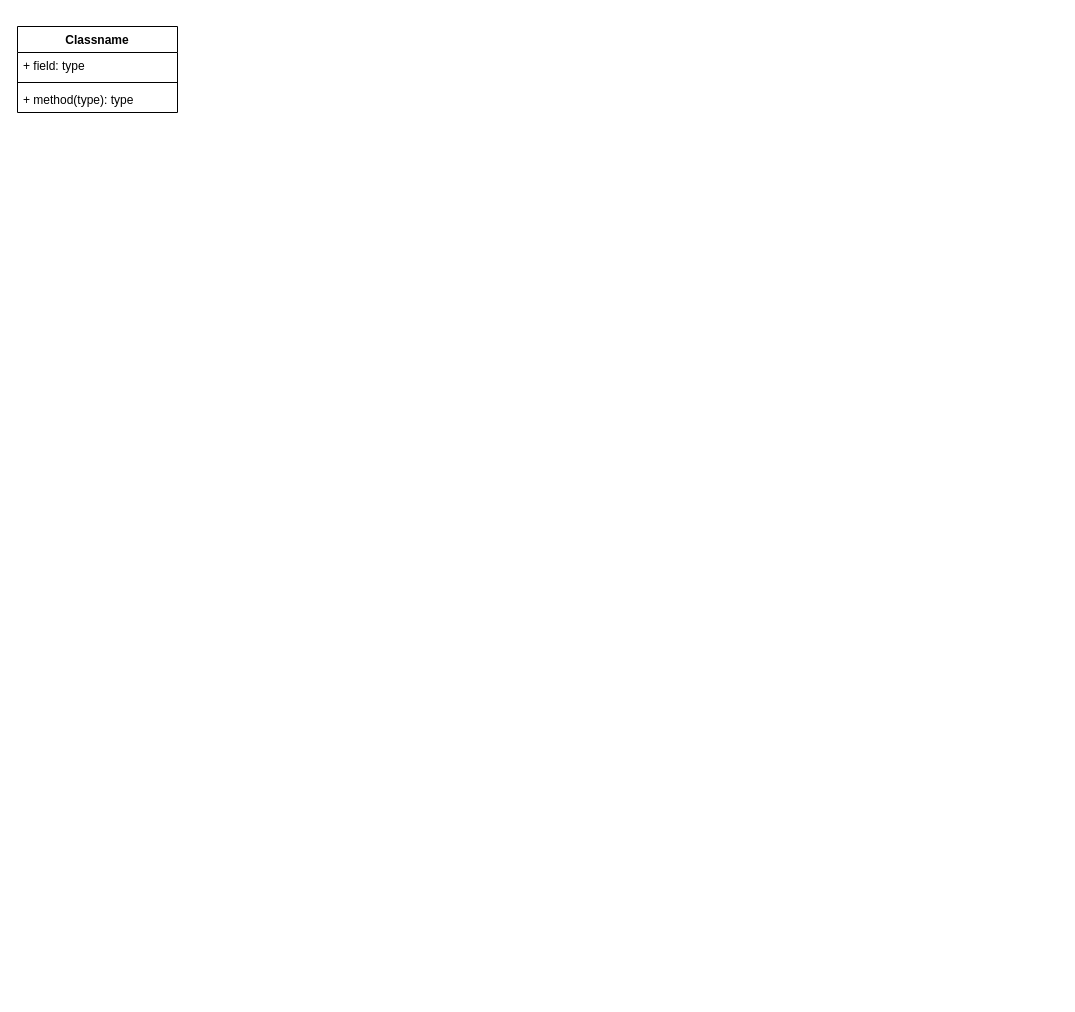
Before: page "Class Heirarchy" (2 of 2) of doc/BeaglePy.drawio in krone-git/beaglepy, a draw.io diagram. Source tidied: cells renumbered, new cells numbered last; positions are measured from the earlier drawing's top-left corner, leaving out a move shared by most shapes. Both pictures are drawn from the tidied source at 100%, with x=0, y=0 at pixel (17, 26).
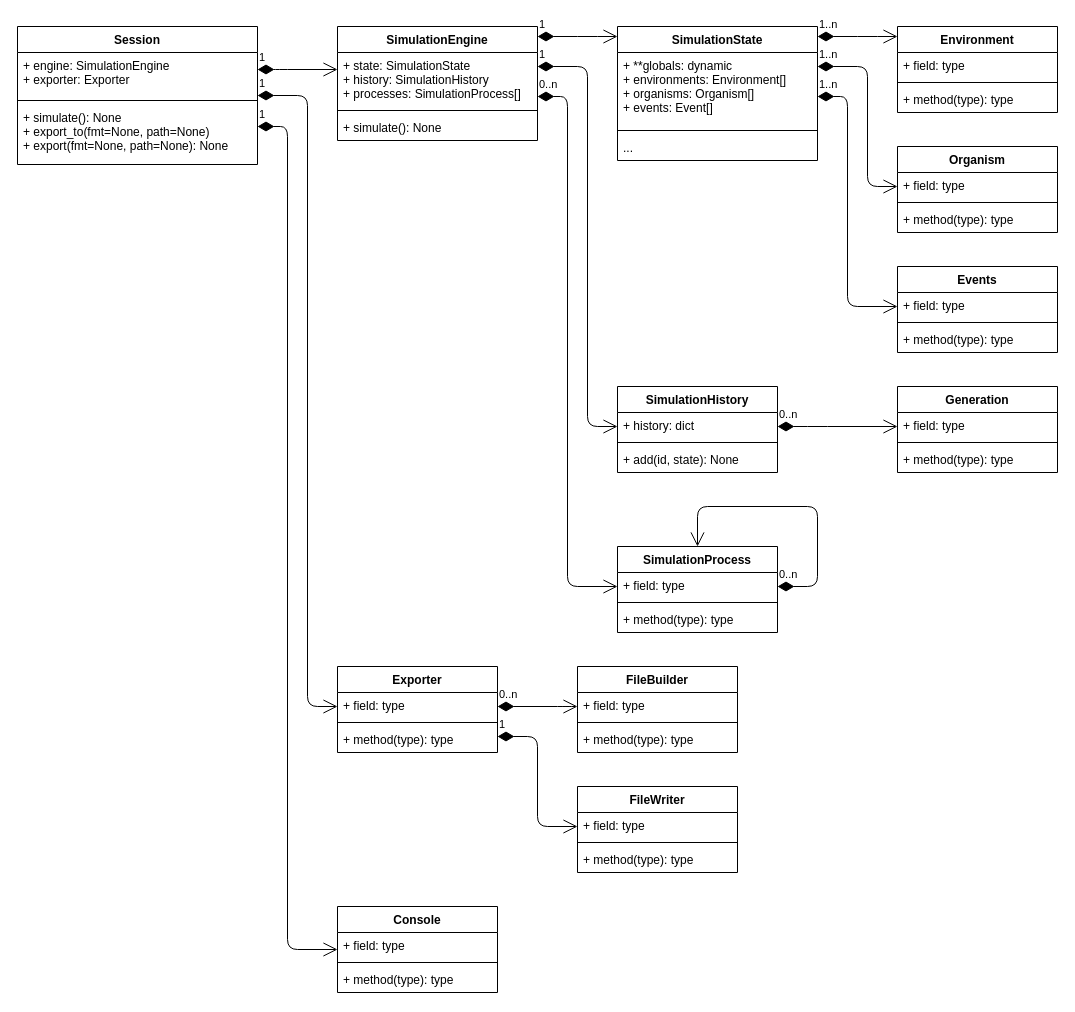
After the change.

What changed in the source:
```diff
@@
+    <mxCell id="6" value="1" style="endArrow=open;html=1;endSize=12;startArrow=diamondThin;startSize=14;startFill=1;edgeStyle=orthogonalEdgeStyle;align=left;verticalAlign=bottom;" parent="1" edge="1" source="2" target="10">
+      <mxGeometry x="-1" y="3" relative="1" as="geometry">
+        <Array as="points">
+          <mxPoint x="260" y="43" />
+          <mxPoint x="260" y="43" />
+        </Array>
+      </mxGeometry>
+    </mxCell>
+    <mxCell id="7" value="1" style="endArrow=open;html=1;endSize=12;startArrow=diamondThin;startSize=14;startFill=1;edgeStyle=orthogonalEdgeStyle;align=left;verticalAlign=bottom;" parent="1" edge="1" source="2" target="19">
+      <mxGeometry x="-1" y="3" relative="1" as="geometry">
+        <Array as="points">
+          <mxPoint x="290" y="69" />
+          <mxPoint x="290" y="680" />
+        </Array>
+      </mxGeometry>
+    </mxCell>
+    <mxCell id="8" value="0..n" style="endArrow=open;html=1;endSize=12;startArrow=diamondThin;startSize=14;startFill=1;edgeStyle=orthogonalEdgeStyle;align=left;verticalAlign=bottom;" parent="1" edge="1" source="19" target="23">
+      <mxGeometry x="-1" y="3" relative="1" as="geometry">
+        <Array as="points">
+          <mxPoint x="550" y="680" />
+          <mxPoint x="550" y="680" />
+        </Array>
+      </mxGeometry>
+    </mxCell>
+    <mxCell id="9" value="1" style="endArrow=open;html=1;endSize=12;startArrow=diamondThin;startSize=14;startFill=1;edgeStyle=orthogonalEdgeStyle;align=left;verticalAlign=bottom;" parent="1" edge="1" source="19" target="55">
+      <mxGeometry x="-1" y="3" relative="1" as="geometry">
+        <Array as="points">
+          <mxPoint x="520" y="710" />
+          <mxPoint x="520" y="800" />
+        </Array>
+      </mxGeometry>
+    </mxCell>
-    <mxCell id="2" value="Classname" style="swimlane;fontStyle=1;align=center;verticalAlign=top;horizontal=1;startSize=26;fillColor=#ffffff;" parent="1" vertex="1">
-      <mxGeometry width="160" height="86" as="geometry" />
+    <mxCell id="2" value="Session" style="swimlane;fontStyle=1;align=center;verticalAlign=top;horizontal=1;startSize=26;fillColor=#ffffff;" parent="1" vertex="1">
+      <mxGeometry width="240" height="138" as="geometry" />
     </mxCell>
-    <mxCell id="3" value="+ field: type" style="text;strokeColor=none;fillColor=none;align=left;verticalAlign=top;spacingLeft=4;spacingRight=4;overflow=hidden;" parent="2" vertex="1">
-      <mxGeometry y="26" width="160" height="26" as="geometry" />
+    <mxCell id="3" value="+ engine: SimulationEngine&#10;+ exporter: Exporter" style="text;strokeColor=none;fillColor=none;align=left;verticalAlign=top;spacingLeft=4;spacingRight=4;overflow=hidden;" parent="2" vertex="1">
+      <mxGeometry y="26" width="240" height="44" as="geometry" />
     </mxCell>
     <mxCell id="4" style="line;strokeWidth=1;fillColor=none;align=left;verticalAlign=middle;spacingTop=-1;spacingLeft=3;spacingRight=3;labelPosition=right;" parent="2" vertex="1">
-      <mxGeometry y="52" width="160" height="8" as="geometry" />
+      <mxGeometry y="70" width="240" height="8" as="geometry" />
     </mxCell>
-    <mxCell id="5" value="+ method(type): type" style="text;strokeColor=none;fillColor=none;align=left;verticalAlign=top;spacingLeft=4;spacingRight=4;overflow=hidden;" parent="2" vertex="1">
-      <mxGeometry y="60" width="160" height="26" as="geometry" />
+    <mxCell id="5" value="+ simulate(): None&#10;+ export_to(fmt=None, path=None)&#10;+ export(fmt=None, path=None): None" style="text;strokeColor=none;fillColor=none;align=left;verticalAlign=top;spacingLeft=4;spacingRight=4;overflow=hidden;" parent="2" vertex="1">
+      <mxGeometry y="78" width="240" height="60" as="geometry" />
     </mxCell>
+    <mxCell id="10" value="SimulationEngine" style="swimlane;fontStyle=1;align=center;verticalAlign=top;horizontal=1;startSize=26;" parent="1" vertex="1">
+      <mxGeometry x="320" width="200" height="114" as="geometry" />
+    </mxCell>
+    <mxCell id="11" value="+ state: SimulationState&#10;+ history: SimulationHistory&#10;+ processes: SimulationProcess[]" style="text;strokeColor=none;fillColor=none;align=left;verticalAlign=top;spacingLeft=4;spacingRight=4;overflow=hidden;" parent="10" vertex="1">
+      <mxGeometry y="26" width="200" height="54" as="geometry" />
+    </mxCell>
+    <mxCell id="12" style="line;strokeWidth=1;fillColor=none;align=left;verticalAlign=middle;spacingTop=-1;spacingLeft=3;spacingRight=3;labelPosition=right;" parent="10" vertex="1">
+      <mxGeometry y="80" width="200" height="8" as="geometry" />
+    </mxCell>
+    <mxCell id="13" value="+ simulate(): None" style="text;strokeColor=none;fillColor=none;align=left;verticalAlign=top;spacingLeft=4;spacingRight=4;overflow=hidden;" parent="10" vertex="1">
+      <mxGeometry y="88" width="200" height="26" as="geometry" />
+    </mxCell>
+    <mxCell id="14" value="0..n" style="endArrow=open;html=1;endSize=12;startArrow=diamondThin;startSize=14;startFill=1;edgeStyle=orthogonalEdgeStyle;align=left;verticalAlign=bottom;" parent="1" edge="1" source="35" target="35">
+      <mxGeometry x="-1" y="3" relative="1" as="geometry">
+        <Array as="points">
+          <mxPoint x="800" y="560" />
+          <mxPoint x="800" y="480" />
+          <mxPoint x="680" y="480" />
+        </Array>
+      </mxGeometry>
+    </mxCell>
+    <mxCell id="15" value="0..n" style="endArrow=open;html=1;endSize=12;startArrow=diamondThin;startSize=14;startFill=1;edgeStyle=orthogonalEdgeStyle;align=left;verticalAlign=bottom;" parent="1" edge="1" source="10" target="35">
+      <mxGeometry x="-1" y="3" relative="1" as="geometry">
+        <Array as="points">
+          <mxPoint x="550" y="70" />
+          <mxPoint x="550" y="560" />
+        </Array>
+      </mxGeometry>
+    </mxCell>
+    <mxCell id="16" value="1" style="endArrow=open;html=1;endSize=12;startArrow=diamondThin;startSize=14;startFill=1;edgeStyle=orthogonalEdgeStyle;align=left;verticalAlign=bottom;" parent="1" edge="1" source="10" target="27">
+      <mxGeometry x="-1" y="3" relative="1" as="geometry">
+        <Array as="points">
+          <mxPoint x="570" y="10" />
+          <mxPoint x="570" y="10" />
+        </Array>
+      </mxGeometry>
+    </mxCell>
+    <mxCell id="17" value="1" style="endArrow=open;html=1;endSize=12;startArrow=diamondThin;startSize=14;startFill=1;edgeStyle=orthogonalEdgeStyle;align=left;verticalAlign=bottom;" parent="1" edge="1" source="10" target="31">
+      <mxGeometry x="-1" y="3" relative="1" as="geometry">
+        <Array as="points">
+          <mxPoint x="570" y="40" />
+          <mxPoint x="570" y="400" />
+        </Array>
+      </mxGeometry>
+    </mxCell>
+    <mxCell id="18" value="0..n" style="endArrow=open;html=1;endSize=12;startArrow=diamondThin;startSize=14;startFill=1;edgeStyle=orthogonalEdgeStyle;align=left;verticalAlign=bottom;" parent="1" edge="1" source="31" target="47">
+      <mxGeometry x="-1" y="3" relative="1" as="geometry">
+        <Array as="points">
+          <mxPoint x="800" y="400" />
+          <mxPoint x="800" y="400" />
+        </Array>
+      </mxGeometry>
+    </mxCell>
+    <mxCell id="19" value="Exporter" style="swimlane;fontStyle=1;align=center;verticalAlign=top;horizontal=1;startSize=26;" parent="1" vertex="1">
+      <mxGeometry x="320" y="640" width="160" height="86" as="geometry" />
+    </mxCell>
+    <mxCell id="20" value="+ field: type" style="text;strokeColor=none;fillColor=none;align=left;verticalAlign=top;spacingLeft=4;spacingRight=4;overflow=hidden;" parent="19" vertex="1">
+      <mxGeometry y="26" width="160" height="26" as="geometry" />
+    </mxCell>
+    <mxCell id="21" style="line;strokeWidth=1;fillColor=none;align=left;verticalAlign=middle;spacingTop=-1;spacingLeft=3;spacingRight=3;labelPosition=right;" parent="19" vertex="1">
+      <mxGeometry y="52" width="160" height="8" as="geometry" />
+    </mxCell>
+    <mxCell id="22" value="+ method(type): type" style="text;strokeColor=none;fillColor=none;align=left;verticalAlign=top;spacingLeft=4;spacingRight=4;overflow=hidden;" parent="19" vertex="1">
+      <mxGeometry y="60" width="160" height="26" as="geometry" />
+    </mxCell>
+    <mxCell id="23" value="FileBuilder" style="swimlane;fontStyle=1;align=center;verticalAlign=top;horizontal=1;startSize=26;" parent="1" vertex="1">
+      <mxGeometry x="560" y="640" width="160" height="86" as="geometry" />
+    </mxCell>
+    <mxCell id="24" value="+ field: type" style="text;strokeColor=none;fillColor=none;align=left;verticalAlign=top;spacingLeft=4;spacingRight=4;overflow=hidden;" parent="23" vertex="1">
+      <mxGeometry y="26" width="160" height="26" as="geometry" />
+    </mxCell>
+    <mxCell id="25" style="line;strokeWidth=1;fillColor=none;align=left;verticalAlign=middle;spacingTop=-1;spacingLeft=3;spacingRight=3;labelPosition=right;" parent="23" vertex="1">
+      <mxGeometry y="52" width="160" height="8" as="geometry" />
+    </mxCell>
+    <mxCell id="26" value="+ method(type): type" style="text;strokeColor=none;fillColor=none;align=left;verticalAlign=top;spacingLeft=4;spacingRight=4;overflow=hidden;" parent="23" vertex="1">
+      <mxGeometry y="60" width="160" height="26" as="geometry" />
+    </mxCell>
+    <mxCell id="27" value="SimulationState" style="swimlane;fontStyle=1;align=center;verticalAlign=top;horizontal=1;startSize=26;" parent="1" vertex="1">
+      <mxGeometry x="600" width="200" height="134" as="geometry" />
+    </mxCell>
+    <mxCell id="28" value="+ **globals: dynamic&#10;+ environments: Environment[]&#10;+ organisms: Organism[]&#10;+ events: Event[]" style="text;strokeColor=none;fillColor=none;align=left;verticalAlign=top;spacingLeft=4;spacingRight=4;overflow=hidden;" parent="27" vertex="1">
+      <mxGeometry y="26" width="200" height="74" as="geometry" />
+    </mxCell>
+    <mxCell id="29" style="line;strokeWidth=1;fillColor=none;align=left;verticalAlign=middle;spacingTop=-1;spacingLeft=3;spacingRight=3;labelPosition=right;" parent="27" vertex="1">
+      <mxGeometry y="100" width="200" height="8" as="geometry" />
+    </mxCell>
+    <mxCell id="30" value="..." style="text;strokeColor=none;fillColor=none;align=left;verticalAlign=top;spacingLeft=4;spacingRight=4;overflow=hidden;" parent="27" vertex="1">
+      <mxGeometry y="108" width="200" height="26" as="geometry" />
+    </mxCell>
+    <mxCell id="31" value="SimulationHistory" style="swimlane;fontStyle=1;align=center;verticalAlign=top;horizontal=1;startSize=26;" parent="1" vertex="1">
+      <mxGeometry x="600" y="360" width="160" height="86" as="geometry" />
+    </mxCell>
+    <mxCell id="32" value="+ history: dict" style="text;strokeColor=none;fillColor=none;align=left;verticalAlign=top;spacingLeft=4;spacingRight=4;overflow=hidden;" parent="31" vertex="1">
+      <mxGeometry y="26" width="160" height="26" as="geometry" />
+    </mxCell>
+    <mxCell id="33" style="line;strokeWidth=1;fillColor=none;align=left;verticalAlign=middle;spacingTop=-1;spacingLeft=3;spacingRight=3;labelPosition=right;" parent="31" vertex="1">
+      <mxGeometry y="52" width="160" height="8" as="geometry" />
+    </mxCell>
+    <mxCell id="34" value="+ add(id, state): None" style="text;strokeColor=none;fillColor=none;align=left;verticalAlign=top;spacingLeft=4;spacingRight=4;overflow=hidden;" parent="31" vertex="1">
+      <mxGeometry y="60" width="160" height="26" as="geometry" />
+    </mxCell>
+    <mxCell id="35" value="SimulationProcess" style="swimlane;fontStyle=1;align=center;verticalAlign=top;horizontal=1;startSize=26;" parent="1" vertex="1">
+      <mxGeometry x="600" y="520" width="160" height="86" as="geometry" />
+    </mxCell>
+    <mxCell id="36" value="+ field: type" style="text;strokeColor=none;fillColor=none;align=left;verticalAlign=top;spacingLeft=4;spacingRight=4;overflow=hidden;" parent="35" vertex="1">
+      <mxGeometry y="26" width="160" height="26" as="geometry" />
+    </mxCell>
+    <mxCell id="37" style="line;strokeWidth=1;fillColor=none;align=left;verticalAlign=middle;spacingTop=-1;spacingLeft=3;spacingRight=3;labelPosition=right;" parent="35" vertex="1">
+      <mxGeometry y="52" width="160" height="8" as="geometry" />
+    </mxCell>
+    <mxCell id="38" value="+ method(type): type" style="text;strokeColor=none;fillColor=none;align=left;verticalAlign=top;spacingLeft=4;spacingRight=4;overflow=hidden;" parent="35" vertex="1">
+      <mxGeometry y="60" width="160" height="26" as="geometry" />
+    </mxCell>
+    <mxCell id="39" value="Environment" style="swimlane;fontStyle=1;align=center;verticalAlign=top;horizontal=1;startSize=26;" parent="1" vertex="1">
+      <mxGeometry x="880" width="160" height="86" as="geometry" />
+    </mxCell>
+    <mxCell id="40" value="+ field: type" style="text;strokeColor=none;fillColor=none;align=left;verticalAlign=top;spacingLeft=4;spacingRight=4;overflow=hidden;" parent="39" vertex="1">
+      <mxGeometry y="26" width="160" height="26" as="geometry" />
+    </mxCell>
+    <mxCell id="41" style="line;strokeWidth=1;fillColor=none;align=left;verticalAlign=middle;spacingTop=-1;spacingLeft=3;spacingRight=3;labelPosition=right;" parent="39" vertex="1">
+      <mxGeometry y="52" width="160" height="8" as="geometry" />
+    </mxCell>
+    <mxCell id="42" value="+ method(type): type" style="text;strokeColor=none;fillColor=none;align=left;verticalAlign=top;spacingLeft=4;spacingRight=4;overflow=hidden;" parent="39" vertex="1">
+      <mxGeometry y="60" width="160" height="26" as="geometry" />
+    </mxCell>
+    <mxCell id="43" value="Organism" style="swimlane;fontStyle=1;align=center;verticalAlign=top;horizontal=1;startSize=26;" parent="1" vertex="1">
+      <mxGeometry x="880" y="120" width="160" height="86" as="geometry" />
+    </mxCell>
+    <mxCell id="44" value="+ field: type" style="text;strokeColor=none;fillColor=none;align=left;verticalAlign=top;spacingLeft=4;spacingRight=4;overflow=hidden;" parent="43" vertex="1">
+      <mxGeometry y="26" width="160" height="26" as="geometry" />
+    </mxCell>
+    <mxCell id="45" style="line;strokeWidth=1;fillColor=none;align=left;verticalAlign=middle;spacingTop=-1;spacingLeft=3;spacingRight=3;labelPosition=right;" parent="43" vertex="1">
+      <mxGeometry y="52" width="160" height="8" as="geometry" />
+    </mxCell>
+    <mxCell id="46" value="+ method(type): type" style="text;strokeColor=none;fillColor=none;align=left;verticalAlign=top;spacingLeft=4;spacingRight=4;overflow=hidden;" parent="43" vertex="1">
+      <mxGeometry y="60" width="160" height="26" as="geometry" />
+    </mxCell>
+    <mxCell id="47" value="Generation" style="swimlane;fontStyle=1;align=center;verticalAlign=top;horizontal=1;startSize=26;" parent="1" vertex="1">
+      <mxGeometry x="880" y="360" width="160" height="86" as="geometry" />
+    </mxCell>
+    <mxCell id="48" value="+ field: type" style="text;strokeColor=none;fillColor=none;align=left;verticalAlign=top;spacingLeft=4;spacingRight=4;overflow=hidden;" parent="47" vertex="1">
+      <mxGeometry y="26" width="160" height="26" as="geometry" />
+    </mxCell>
+    <mxCell id="49" style="line;strokeWidth=1;fillColor=none;align=left;verticalAlign=middle;spacingTop=-1;spacingLeft=3;spacingRight=3;labelPosition=right;" parent="47" vertex="1">
+      <mxGeometry y="52" width="160" height="8" as="geometry" />
+    </mxCell>
+    <mxCell id="50" value="+ method(type): type" style="text;strokeColor=none;fillColor=none;align=left;verticalAlign=top;spacingLeft=4;spacingRight=4;overflow=hidden;" parent="47" vertex="1">
+      <mxGeometry y="60" width="160" height="26" as="geometry" />
+    </mxCell>
+    <mxCell id="51" value="Events" style="swimlane;fontStyle=1;align=center;verticalAlign=top;horizontal=1;startSize=26;" parent="1" vertex="1">
+      <mxGeometry x="880" y="240" width="160" height="86" as="geometry" />
+    </mxCell>
+    <mxCell id="52" value="+ field: type" style="text;strokeColor=none;fillColor=none;align=left;verticalAlign=top;spacingLeft=4;spacingRight=4;overflow=hidden;" parent="51" vertex="1">
+      <mxGeometry y="26" width="160" height="26" as="geometry" />
+    </mxCell>
+    <mxCell id="53" style="line;strokeWidth=1;fillColor=none;align=left;verticalAlign=middle;spacingTop=-1;spacingLeft=3;spacingRight=3;labelPosition=right;" parent="51" vertex="1">
+      <mxGeometry y="52" width="160" height="8" as="geometry" />
+    </mxCell>
+    <mxCell id="54" value="+ method(type): type" style="text;strokeColor=none;fillColor=none;align=left;verticalAlign=top;spacingLeft=4;spacingRight=4;overflow=hidden;" parent="51" vertex="1">
+      <mxGeometry y="60" width="160" height="26" as="geometry" />
+    </mxCell>
+    <mxCell id="55" value="FileWriter" style="swimlane;fontStyle=1;align=center;verticalAlign=top;horizontal=1;startSize=26;" parent="1" vertex="1">
+      <mxGeometry x="560" y="760" width="160" height="86" as="geometry" />
+    </mxCell>
+    <mxCell id="56" value="+ field: type" style="text;strokeColor=none;fillColor=none;align=left;verticalAlign=top;spacingLeft=4;spacingRight=4;overflow=hidden;" parent="55" vertex="1">
+      <mxGeometry y="26" width="160" height="26" as="geometry" />
+    </mxCell>
+    <mxCell id="57" style="line;strokeWidth=1;fillColor=none;align=left;verticalAlign=middle;spacingTop=-1;spacingLeft=3;spacingRight=3;labelPosition=right;" parent="55" vertex="1">
+      <mxGeometry y="52" width="160" height="8" as="geometry" />
+    </mxCell>
+    <mxCell id="58" value="+ method(type): type" style="text;strokeColor=none;fillColor=none;align=left;verticalAlign=top;spacingLeft=4;spacingRight=4;overflow=hidden;" parent="55" vertex="1">
+      <mxGeometry y="60" width="160" height="26" as="geometry" />
+    </mxCell>
+    <mxCell id="59" value="1..n" style="endArrow=open;html=1;endSize=12;startArrow=diamondThin;startSize=14;startFill=1;edgeStyle=orthogonalEdgeStyle;align=left;verticalAlign=bottom;" parent="1" edge="1" source="27" target="39">
+      <mxGeometry x="-1" y="3" relative="1" as="geometry">
+        <Array as="points">
+          <mxPoint x="850" y="10" />
+          <mxPoint x="850" y="10" />
+        </Array>
+      </mxGeometry>
+    </mxCell>
+    <mxCell id="60" value="1..n" style="endArrow=open;html=1;endSize=12;startArrow=diamondThin;startSize=14;startFill=1;edgeStyle=orthogonalEdgeStyle;align=left;verticalAlign=bottom;" parent="1" edge="1" source="27" target="43">
+      <mxGeometry x="-1" y="3" relative="1" as="geometry">
+        <Array as="points">
+          <mxPoint x="850" y="40" />
+          <mxPoint x="850" y="160" />
+        </Array>
+      </mxGeometry>
+    </mxCell>
+    <mxCell id="61" value="1..n" style="endArrow=open;html=1;endSize=12;startArrow=diamondThin;startSize=14;startFill=1;edgeStyle=orthogonalEdgeStyle;align=left;verticalAlign=bottom;" parent="1" edge="1" source="27" target="51">
+      <mxGeometry x="-1" y="3" relative="1" as="geometry">
+        <Array as="points">
+          <mxPoint x="830" y="70" />
+          <mxPoint x="830" y="280" />
+        </Array>
+      </mxGeometry>
+    </mxCell>
+    <mxCell id="62" value="Console" style="swimlane;fontStyle=1;align=center;verticalAlign=top;horizontal=1;startSize=26;" parent="1" vertex="1">
+      <mxGeometry x="320" y="880" width="160" height="86" as="geometry" />
+    </mxCell>
+    <mxCell id="63" value="+ field: type" style="text;strokeColor=none;fillColor=none;align=left;verticalAlign=top;spacingLeft=4;spacingRight=4;overflow=hidden;" parent="62" vertex="1">
+      <mxGeometry y="26" width="160" height="26" as="geometry" />
+    </mxCell>
+    <mxCell id="64" style="line;strokeWidth=1;fillColor=none;align=left;verticalAlign=middle;spacingTop=-1;spacingLeft=3;spacingRight=3;labelPosition=right;" parent="62" vertex="1">
+      <mxGeometry y="52" width="160" height="8" as="geometry" />
+    </mxCell>
+    <mxCell id="65" value="+ method(type): type" style="text;strokeColor=none;fillColor=none;align=left;verticalAlign=top;spacingLeft=4;spacingRight=4;overflow=hidden;" parent="62" vertex="1">
+      <mxGeometry y="60" width="160" height="26" as="geometry" />
+    </mxCell>
+    <mxCell id="66" value="1" style="endArrow=open;html=1;endSize=12;startArrow=diamondThin;startSize=14;startFill=1;edgeStyle=orthogonalEdgeStyle;align=left;verticalAlign=bottom;" parent="1" edge="1" source="2" target="62">
+      <mxGeometry x="-1" y="3" relative="1" as="geometry">
+        <Array as="points">
+          <mxPoint x="270" y="100" />
+          <mxPoint x="270" y="923" />
+        </Array>
+      </mxGeometry>
+    </mxCell>
```
